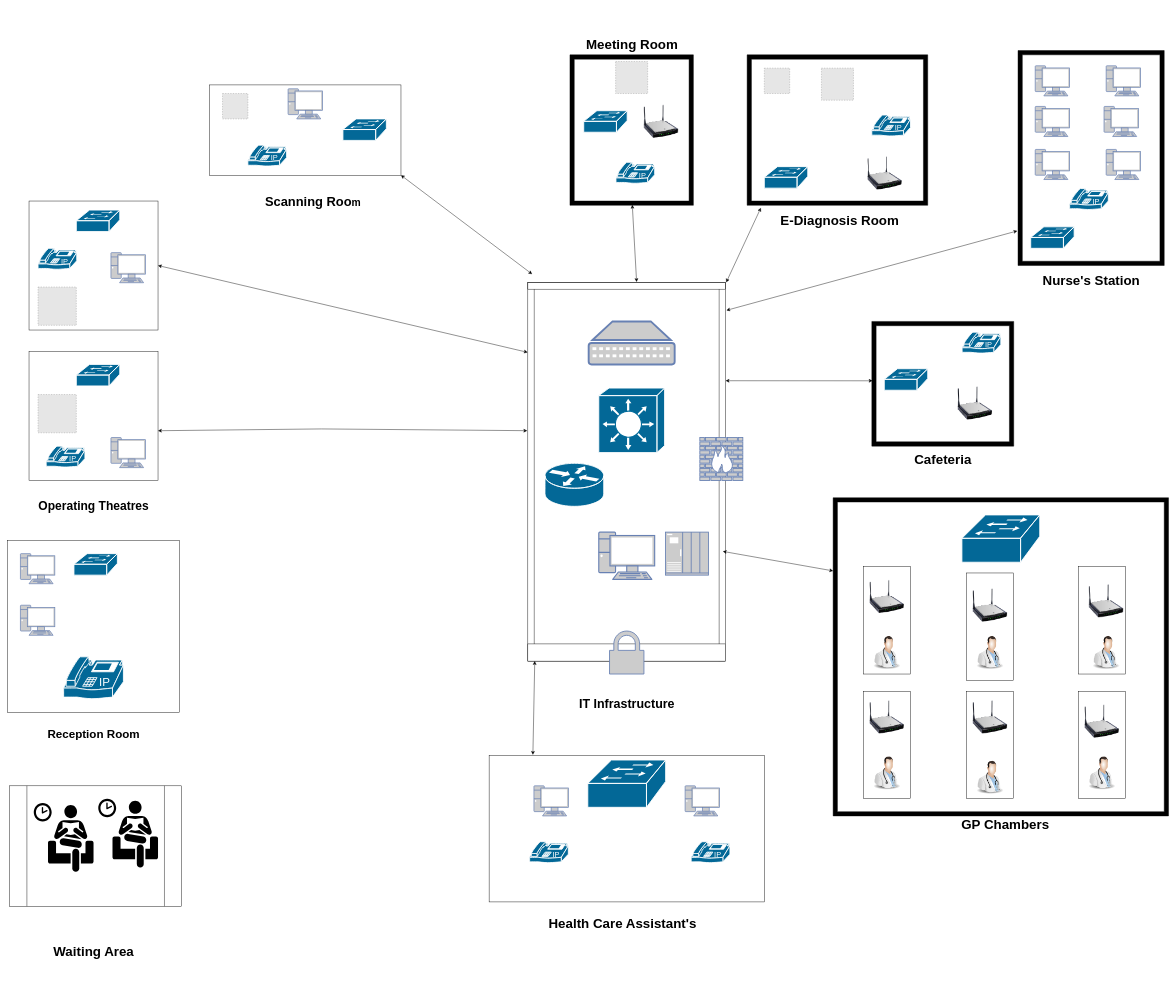
Earlier version of the draw.io diagram str/logical Diagram.drawio (Hasnain666/design). Source tidied: cells renumbered, new cells numbered last; positions are measured from the earlier drawing's top-left corner, leaving out a move shared by most shapes. Both pictures are drawn from the tidied source at 43%, with x=0, y=0 at pixel (7, 7). Pictures stored in the file or linked from it are replaced by grey dashed boxes.
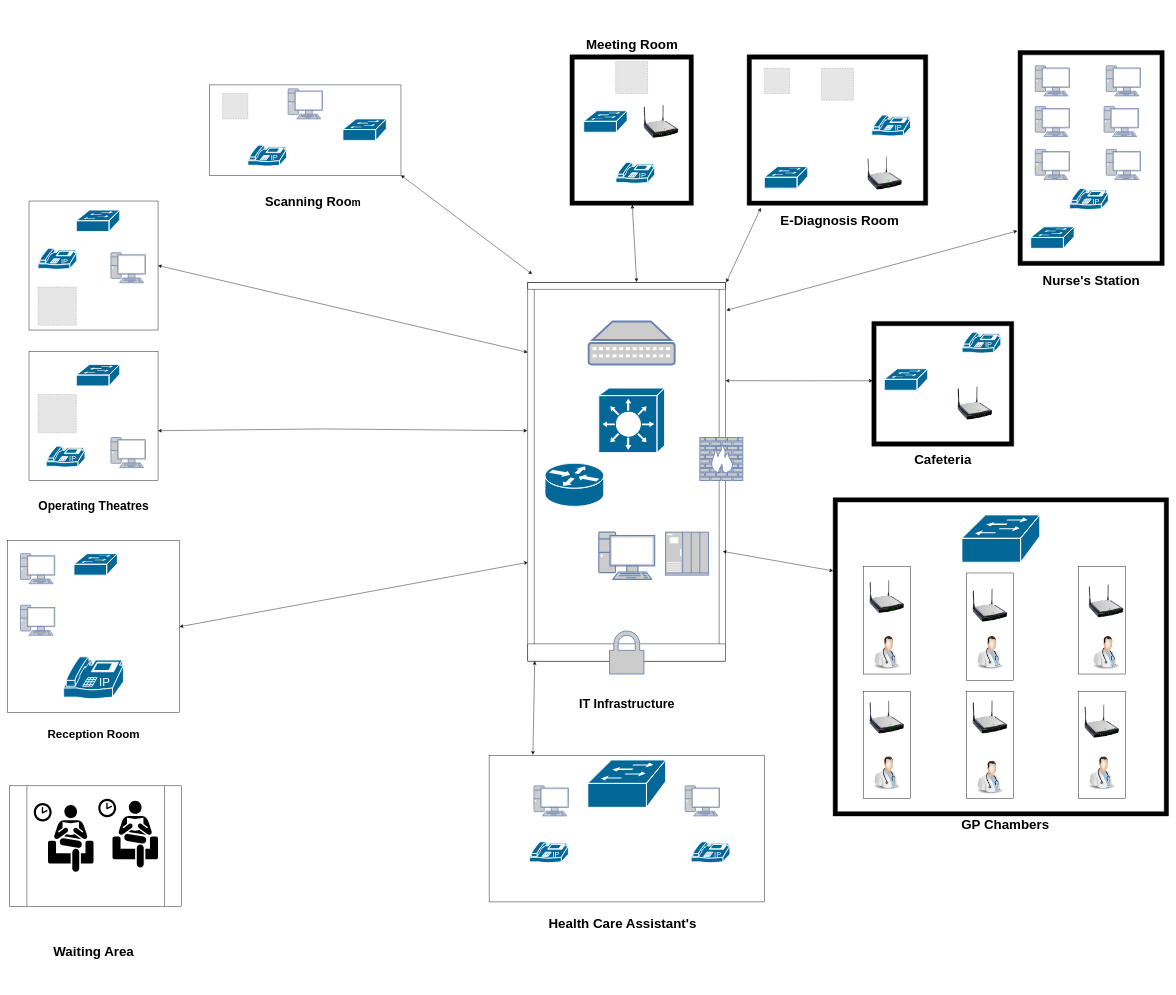
Above is the later version.

Unchanged cells that the change refers to:
```xml
<mxCell id="2" style="verticalLabelPosition=bottom;dashed=0;shadow=0;html=1;align=center;verticalAlign=top;shape=mxgraph.cabinets.cabinet;hasStand=1;" parent="1" vertex="1">
  <mxGeometry x="1210" y="640" width="460" height="880" as="geometry" />
</mxCell>
<mxCell id="14" style="whiteSpace=wrap;html=1;" parent="1" vertex="1">
  <mxGeometry y="1240" width="400" height="400" as="geometry" />
</mxCell>
```

Diff of the diagram source:
```diff
@@
+    <mxCell id="103" style="endArrow=classic;startArrow=classic;html=1;rounded=0;exitX=1;exitY=0.5;exitDx=0;exitDy=0;entryX=0;entryY=0.739;entryDx=0;entryDy=0;entryPerimeter=0;" parent="1" edge="1" source="14" target="2">
+      <mxGeometry relative="1" as="geometry" />
+    </mxCell>
```
